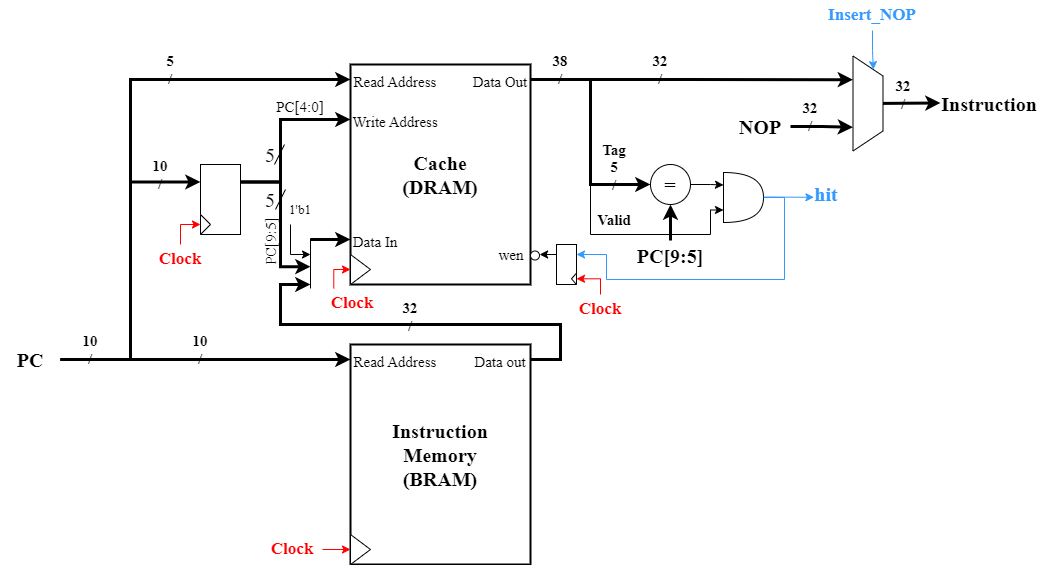
ujjwal-2001/PSD_2024 keeps this draw.io diagram as Assignment_03/Assets/Instruction_Cache.png. Above is the earlier version. Source tidied: cells renumbered, new cells last; positions are measured from the earlier drawing's top-left corner, leaving out a move shared by most shapes.
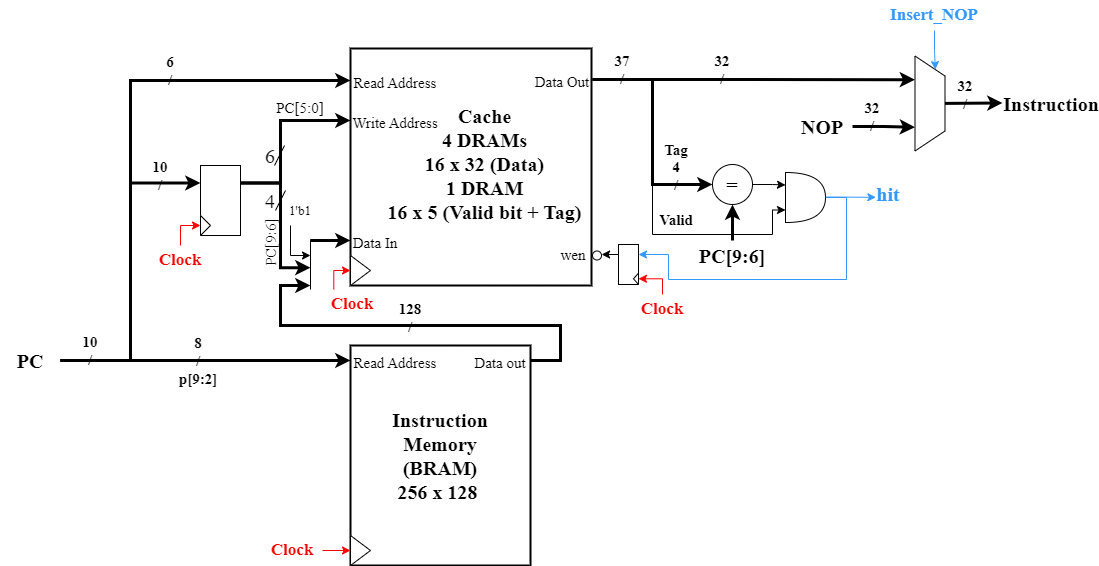
Later version of the same file.

Change to the diagram source:
```diff
@@ -4,7 +4,7 @@
     <mxCell id="1" parent="0" />
-    <mxCell id="2" value="&lt;span&gt;Instruction&lt;/span&gt;&lt;div&gt;&lt;span&gt;Memory&lt;/span&gt;&lt;div&gt;&lt;span&gt;(BRAM)&lt;/span&gt;&lt;/div&gt;&lt;/div&gt;" style="rounded=0;whiteSpace=wrap;html=1;strokeWidth=2;fontSize=20;fontFamily=Times New Roman;fontStyle=1;" parent="1" vertex="1">
+    <mxCell id="2" value="&lt;span&gt;Instruction&lt;/span&gt;&lt;div&gt;&lt;span&gt;Memory&lt;/span&gt;&lt;div&gt;&lt;span&gt;(BRAM)&lt;/span&gt;&lt;/div&gt;&lt;/div&gt;&lt;div&gt;256 x 128&amp;nbsp;&lt;/div&gt;" style="rounded=0;whiteSpace=wrap;html=1;strokeWidth=2;fontSize=20;fontFamily=Times New Roman;fontStyle=1;" parent="1" vertex="1">
       <mxGeometry x="350" y="344" width="180" height="220" as="geometry" />
     </mxCell>
-    <mxCell id="3" value="&lt;div&gt;Cache&lt;br&gt;&lt;div&gt;&lt;span&gt;(DRAM)&lt;/span&gt;&lt;/div&gt;&lt;/div&gt;" style="rounded=0;whiteSpace=wrap;html=1;strokeWidth=2;fontSize=20;fontFamily=Times New Roman;fontStyle=1;" parent="1" vertex="1">
-      <mxGeometry x="350" y="64" width="180" height="220" as="geometry" />
+    <mxCell id="3" style="rounded=0;whiteSpace=wrap;html=1;strokeWidth=2;fontSize=20;fontFamily=Times New Roman;fontStyle=1;" parent="1" vertex="1">
+      <mxGeometry x="350" y="47" width="241" height="237" as="geometry" />
     </mxCell>
@@ -78,6 +78,6 @@
     <mxCell id="20" value="&lt;span style=&quot;font-size: 15px; font-weight: 400;&quot;&gt;wen&lt;/span&gt;" style="text;html=1;align=center;verticalAlign=middle;whiteSpace=wrap;rounded=0;fontFamily=Times New Roman;fontSize=20;fontColor=default;fontStyle=1;" parent="1" vertex="1">
-      <mxGeometry x="496" y="237" width="30" height="30" as="geometry" />
+      <mxGeometry x="558" y="236" width="30" height="30" as="geometry" />
     </mxCell>
     <mxCell id="21" value="=" style="ellipse;whiteSpace=wrap;html=1;rounded=0;strokeColor=default;strokeWidth=1;align=center;verticalAlign=middle;fontFamily=Times New Roman;fontSize=20;fontColor=default;fontStyle=1;fillColor=default;" parent="1" vertex="1">
-      <mxGeometry x="650" y="164" width="40" height="40" as="geometry" />
+      <mxGeometry x="712" y="163" width="40" height="40" as="geometry" />
     </mxCell>
@@ -86,6 +86,6 @@
         <Array as="points">
-          <mxPoint x="784" y="197" />
-          <mxPoint x="784" y="279" />
-          <mxPoint x="606" y="279" />
-          <mxPoint x="606" y="254" />
+          <mxPoint x="846" y="196" />
+          <mxPoint x="846" y="278" />
+          <mxPoint x="668" y="278" />
+          <mxPoint x="668" y="253" />
         </Array>
@@ -94,3 +94,3 @@
     <mxCell id="23" style="shape=or;whiteSpace=wrap;html=1;rounded=0;strokeColor=default;strokeWidth=1;align=center;verticalAlign=middle;fontFamily=Times New Roman;fontSize=20;fontColor=default;fontStyle=1;fillColor=default;" parent="1" vertex="1">
-      <mxGeometry x="723" y="172" width="40" height="50" as="geometry" />
+      <mxGeometry x="785" y="171" width="40" height="50" as="geometry" />
     </mxCell>
@@ -103,3 +103,3 @@
     <mxCell id="26" value="&lt;span style=&quot;font-weight: normal;&quot;&gt;&lt;font style=&quot;font-size: 15px;&quot;&gt;Data Out&lt;/font&gt;&lt;/span&gt;" style="text;html=1;align=center;verticalAlign=middle;whiteSpace=wrap;rounded=0;fontFamily=Times New Roman;fontSize=20;fontColor=default;fontStyle=1;" parent="1" vertex="1">
-      <mxGeometry x="470" y="64" width="60" height="30" as="geometry" />
+      <mxGeometry x="532" y="63" width="60" height="30" as="geometry" />
     </mxCell>
@@ -108,6 +108,6 @@
         <Array as="points">
-          <mxPoint x="590" y="79" />
-          <mxPoint x="590" y="234" />
-          <mxPoint x="710" y="234" />
-          <mxPoint x="710" y="210" />
+          <mxPoint x="652" y="78" />
+          <mxPoint x="652" y="233" />
+          <mxPoint x="772" y="233" />
+          <mxPoint x="772" y="209" />
         </Array>
@@ -121,4 +121,4 @@
     </mxCell>
-    <mxCell id="30" value="PC[9:5]" style="text;html=1;align=center;verticalAlign=middle;whiteSpace=wrap;rounded=0;fontFamily=Times New Roman;fontSize=20;fontColor=default;fontStyle=1;strokeWidth=1;" parent="1" vertex="1">
-      <mxGeometry x="640" y="240" width="60" height="30" as="geometry" />
+    <mxCell id="30" value="PC[9:6]" style="text;html=1;align=center;verticalAlign=middle;whiteSpace=wrap;rounded=0;fontFamily=Times New Roman;fontSize=20;fontColor=default;fontStyle=1;strokeWidth=1;" parent="1" vertex="1">
+      <mxGeometry x="702" y="239" width="60" height="30" as="geometry" />
     </mxCell>
@@ -126,3 +126,3 @@
       <mxGeometry relative="1" as="geometry">
-        <mxPoint x="940" y="102.5" as="targetPoint" />
+        <mxPoint x="1002" y="101.5" as="targetPoint" />
       </mxGeometry>
@@ -130,3 +130,3 @@
     <mxCell id="32" style="shape=trapezoid;perimeter=trapezoidPerimeter;whiteSpace=wrap;html=1;fixedSize=1;rounded=0;strokeColor=default;strokeWidth=1;align=center;verticalAlign=middle;fontFamily=Times New Roman;fontSize=20;fontColor=default;fontStyle=1;fillColor=default;rotation=90;" parent="1" vertex="1">
-      <mxGeometry x="820" y="88" width="95" height="30" as="geometry" />
+      <mxGeometry x="882" y="87" width="95" height="30" as="geometry" />
     </mxCell>
@@ -136,3 +136,3 @@
     <mxCell id="34" value="NOP" style="text;html=1;align=center;verticalAlign=middle;whiteSpace=wrap;rounded=0;fontFamily=Times New Roman;fontSize=20;fontColor=default;fontStyle=1;strokeWidth=1;" parent="1" vertex="1">
-      <mxGeometry x="730" y="111" width="60" height="30" as="geometry" />
+      <mxGeometry x="792" y="110" width="60" height="30" as="geometry" />
     </mxCell>
@@ -140,3 +140,3 @@
       <mxGeometry relative="1" as="geometry">
-        <mxPoint x="763" y="196.5" as="sourcePoint" />
+        <mxPoint x="825" y="195.5" as="sourcePoint" />
       </mxGeometry>
@@ -176,6 +176,6 @@
     </mxCell>
-    <mxCell id="42" value="&lt;font style=&quot;font-size: 15px;&quot;&gt;10&lt;br style=&quot;font-size: 15px;&quot;&gt;&lt;/font&gt;&lt;div style=&quot;font-size: 15px;&quot;&gt;&lt;font style=&quot;font-size: 15px;&quot;&gt;/&lt;/font&gt;&lt;/div&gt;" style="text;html=1;align=center;verticalAlign=middle;whiteSpace=wrap;rounded=0;fontFamily=Times New Roman;fontSize=15;fontColor=default;fontStyle=1;" parent="1" vertex="1">
-      <mxGeometry x="170" y="334" width="60" height="30" as="geometry" />
+    <mxCell id="42" value="&lt;font style=&quot;font-size: 15px;&quot;&gt;8&lt;br style=&quot;font-size: 15px;&quot;&gt;&lt;/font&gt;&lt;div style=&quot;font-size: 15px;&quot;&gt;&lt;font style=&quot;font-size: 15px;&quot;&gt;/&lt;/font&gt;&lt;/div&gt;&lt;div style=&quot;font-size: 15px;&quot;&gt;&lt;font style=&quot;font-size: 15px;&quot;&gt;p[9:2]&lt;/font&gt;&lt;/div&gt;" style="text;html=1;align=center;verticalAlign=middle;whiteSpace=wrap;rounded=0;fontFamily=Times New Roman;fontSize=15;fontColor=default;fontStyle=1;" parent="1" vertex="1">
+      <mxGeometry x="168" y="344" width="60" height="30" as="geometry" />
     </mxCell>
-    <mxCell id="43" value="&lt;font style=&quot;font-size: 15px;&quot;&gt;5&lt;br style=&quot;font-size: 15px;&quot;&gt;&lt;/font&gt;&lt;div style=&quot;font-size: 15px;&quot;&gt;&lt;font style=&quot;font-size: 15px;&quot;&gt;/&lt;/font&gt;&lt;/div&gt;" style="text;html=1;align=center;verticalAlign=middle;whiteSpace=wrap;rounded=0;fontFamily=Times New Roman;fontSize=15;fontColor=default;fontStyle=1;" parent="1" vertex="1">
+    <mxCell id="43" value="&lt;font style=&quot;font-size: 15px;&quot;&gt;6&lt;br style=&quot;font-size: 15px;&quot;&gt;&lt;/font&gt;&lt;div style=&quot;font-size: 15px;&quot;&gt;&lt;font style=&quot;font-size: 15px;&quot;&gt;/&lt;/font&gt;&lt;/div&gt;" style="text;html=1;align=center;verticalAlign=middle;whiteSpace=wrap;rounded=0;fontFamily=Times New Roman;fontSize=15;fontColor=default;fontStyle=1;" parent="1" vertex="1">
       <mxGeometry x="140" y="54" width="60" height="30" as="geometry" />
@@ -185,3 +185,3 @@
     </mxCell>
-    <mxCell id="45" value="&lt;span style=&quot;font-size: 20px;&quot;&gt;5&lt;/span&gt;" style="text;html=1;align=center;verticalAlign=middle;whiteSpace=wrap;rounded=0;fontFamily=Times New Roman;fontSize=16;fontColor=default;fontStyle=0;" parent="1" vertex="1">
+    <mxCell id="45" value="&lt;span style=&quot;font-size: 20px;&quot;&gt;6&lt;/span&gt;" style="text;html=1;align=center;verticalAlign=middle;whiteSpace=wrap;rounded=0;fontFamily=Times New Roman;fontSize=16;fontColor=default;fontStyle=0;" parent="1" vertex="1">
       <mxGeometry x="260" y="139" width="20" height="30" as="geometry" />
@@ -200,31 +200,31 @@
     </mxCell>
-    <mxCell id="48" value="&lt;span style=&quot;font-size: 20px;&quot;&gt;5&lt;/span&gt;" style="text;html=1;align=center;verticalAlign=middle;whiteSpace=wrap;rounded=0;fontFamily=Times New Roman;fontSize=16;fontColor=default;fontStyle=0;" parent="1" vertex="1">
+    <mxCell id="48" value="&lt;span style=&quot;font-size: 20px;&quot;&gt;4&lt;/span&gt;" style="text;html=1;align=center;verticalAlign=middle;whiteSpace=wrap;rounded=0;fontFamily=Times New Roman;fontSize=16;fontColor=default;fontStyle=0;" parent="1" vertex="1">
       <mxGeometry x="260" y="184" width="20" height="30" as="geometry" />
     </mxCell>
-    <mxCell id="49" value="&lt;span style=&quot;font-size: 15px;&quot;&gt;PC[4:0]&lt;/span&gt;" style="text;html=1;align=center;verticalAlign=middle;whiteSpace=wrap;rounded=0;fontFamily=Times New Roman;fontSize=15;fontColor=default;fontStyle=0;" parent="1" vertex="1">
+    <mxCell id="49" value="&lt;span style=&quot;font-size: 15px;&quot;&gt;PC[5:0]&lt;/span&gt;" style="text;html=1;align=center;verticalAlign=middle;whiteSpace=wrap;rounded=0;fontFamily=Times New Roman;fontSize=15;fontColor=default;fontStyle=0;" parent="1" vertex="1">
       <mxGeometry x="290" y="91" width="20" height="30" as="geometry" />
     </mxCell>
-    <mxCell id="50" value="&lt;span style=&quot;font-size: 15px;&quot;&gt;PC[9:5]&lt;/span&gt;" style="text;html=1;align=center;verticalAlign=middle;whiteSpace=wrap;rounded=0;fontFamily=Times New Roman;fontSize=15;fontColor=default;fontStyle=0;rotation=-90;" parent="1" vertex="1">
+    <mxCell id="50" value="&lt;span style=&quot;font-size: 15px;&quot;&gt;PC[9:6]&lt;/span&gt;" style="text;html=1;align=center;verticalAlign=middle;whiteSpace=wrap;rounded=0;fontFamily=Times New Roman;fontSize=15;fontColor=default;fontStyle=0;rotation=-90;" parent="1" vertex="1">
       <mxGeometry x="260" y="226" width="20" height="30" as="geometry" />
     </mxCell>
-    <mxCell id="51" value="&lt;font style=&quot;font-size: 15px;&quot;&gt;32&lt;br style=&quot;font-size: 15px;&quot;&gt;&lt;/font&gt;&lt;div style=&quot;font-size: 15px;&quot;&gt;&lt;font style=&quot;font-size: 15px;&quot;&gt;/&lt;/font&gt;&lt;/div&gt;" style="text;html=1;align=center;verticalAlign=middle;whiteSpace=wrap;rounded=0;fontFamily=Times New Roman;fontSize=15;fontColor=default;fontStyle=1;" parent="1" vertex="1">
+    <mxCell id="51" value="&lt;font style=&quot;font-size: 15px;&quot;&gt;128&lt;br style=&quot;font-size: 15px;&quot;&gt;&lt;/font&gt;&lt;div style=&quot;font-size: 15px;&quot;&gt;&lt;font style=&quot;font-size: 15px;&quot;&gt;/&lt;/font&gt;&lt;/div&gt;" style="text;html=1;align=center;verticalAlign=middle;whiteSpace=wrap;rounded=0;fontFamily=Times New Roman;fontSize=15;fontColor=default;fontStyle=1;" parent="1" vertex="1">
       <mxGeometry x="380" y="301" width="60" height="30" as="geometry" />
     </mxCell>
-    <mxCell id="52" value="&lt;font style=&quot;font-size: 15px;&quot;&gt;38&lt;br style=&quot;font-size: 15px;&quot;&gt;&lt;/font&gt;&lt;div style=&quot;font-size: 15px;&quot;&gt;&lt;font style=&quot;font-size: 15px;&quot;&gt;/&lt;/font&gt;&lt;/div&gt;" style="text;html=1;align=center;verticalAlign=middle;whiteSpace=wrap;rounded=0;fontFamily=Times New Roman;fontSize=15;fontColor=default;fontStyle=1;" parent="1" vertex="1">
-      <mxGeometry x="530" y="54" width="60" height="30" as="geometry" />
+    <mxCell id="52" value="&lt;font style=&quot;font-size: 15px;&quot;&gt;37&lt;br style=&quot;font-size: 15px;&quot;&gt;&lt;/font&gt;&lt;div style=&quot;font-size: 15px;&quot;&gt;&lt;font style=&quot;font-size: 15px;&quot;&gt;/&lt;/font&gt;&lt;/div&gt;" style="text;html=1;align=center;verticalAlign=middle;whiteSpace=wrap;rounded=0;fontFamily=Times New Roman;fontSize=15;fontColor=default;fontStyle=1;" parent="1" vertex="1">
+      <mxGeometry x="592" y="53" width="60" height="30" as="geometry" />
     </mxCell>
     <mxCell id="53" value="&lt;font style=&quot;font-size: 15px;&quot;&gt;32&lt;br style=&quot;font-size: 15px;&quot;&gt;&lt;/font&gt;&lt;div style=&quot;font-size: 15px;&quot;&gt;&lt;font style=&quot;font-size: 15px;&quot;&gt;/&lt;/font&gt;&lt;/div&gt;" style="text;html=1;align=center;verticalAlign=middle;whiteSpace=wrap;rounded=0;fontFamily=Times New Roman;fontSize=15;fontColor=default;fontStyle=1;" parent="1" vertex="1">
-      <mxGeometry x="630" y="54" width="60" height="30" as="geometry" />
+      <mxGeometry x="692" y="53" width="60" height="30" as="geometry" />
     </mxCell>
-    <mxCell id="54" value="&lt;font style=&quot;font-size: 15px;&quot;&gt;5&lt;br style=&quot;font-size: 15px;&quot;&gt;&lt;/font&gt;&lt;div style=&quot;font-size: 15px;&quot;&gt;&lt;font style=&quot;font-size: 15px;&quot;&gt;/&lt;/font&gt;&lt;/div&gt;" style="text;html=1;align=center;verticalAlign=middle;whiteSpace=wrap;rounded=0;fontFamily=Times New Roman;fontSize=15;fontColor=default;fontStyle=1;" parent="1" vertex="1">
-      <mxGeometry x="584" y="160" width="60" height="30" as="geometry" />
+    <mxCell id="54" value="&lt;font style=&quot;font-size: 15px;&quot;&gt;4&lt;br style=&quot;font-size: 15px;&quot;&gt;&lt;/font&gt;&lt;div style=&quot;font-size: 15px;&quot;&gt;&lt;font style=&quot;font-size: 15px;&quot;&gt;/&lt;/font&gt;&lt;/div&gt;" style="text;html=1;align=center;verticalAlign=middle;whiteSpace=wrap;rounded=0;fontFamily=Times New Roman;fontSize=15;fontColor=default;fontStyle=1;" parent="1" vertex="1">
+      <mxGeometry x="646" y="159" width="60" height="30" as="geometry" />
     </mxCell>
     <mxCell id="55" value="Tag" style="text;html=1;align=center;verticalAlign=middle;whiteSpace=wrap;rounded=0;fontFamily=Times New Roman;fontSize=15;fontColor=default;fontStyle=1;" parent="1" vertex="1">
-      <mxGeometry x="584" y="134" width="60" height="30" as="geometry" />
+      <mxGeometry x="646" y="133" width="60" height="30" as="geometry" />
     </mxCell>
     <mxCell id="56" value="Valid" style="text;html=1;align=center;verticalAlign=middle;whiteSpace=wrap;rounded=0;fontFamily=Times New Roman;fontSize=15;fontColor=default;fontStyle=1;" parent="1" vertex="1">
-      <mxGeometry x="584" y="204" width="60" height="30" as="geometry" />
+      <mxGeometry x="646" y="203" width="60" height="30" as="geometry" />
     </mxCell>
     <mxCell id="57" value="hit" style="text;html=1;align=center;verticalAlign=middle;whiteSpace=wrap;rounded=0;fontFamily=Times New Roman;fontSize=20;fontColor=#3399FF;fontStyle=1;strokeColor=none;" parent="1" vertex="1">
-      <mxGeometry x="812" y="178" width="28" height="30" as="geometry" />
+      <mxGeometry x="874" y="177" width="28" height="30" as="geometry" />
     </mxCell>
@@ -234,6 +234,6 @@
     <mxCell id="59" value="Insert_NOP" style="text;html=1;align=center;verticalAlign=middle;whiteSpace=wrap;rounded=0;fontFamily=Times New Roman;fontSize=17;fontColor=#3399FF;fontStyle=1;strokeColor=none;" parent="1" vertex="1">
-      <mxGeometry x="842" width="60" height="30" as="geometry" />
+      <mxGeometry x="904" y="-1" width="60" height="30" as="geometry" />
     </mxCell>
     <mxCell id="60" style="group;" parent="1" vertex="1">
-      <mxGeometry x="556" y="244" width="20" height="40" as="geometry" />
+      <mxGeometry x="618" y="243" width="20" height="40" as="geometry" />
     </mxCell>
@@ -251,12 +251,12 @@
     <mxCell id="64" style="ellipse;whiteSpace=wrap;html=1;rounded=0;strokeColor=default;strokeWidth=1;align=center;verticalAlign=middle;fontFamily=Times New Roman;fontSize=20;fontColor=default;fontStyle=1;fillColor=default;" parent="1" vertex="1">
-      <mxGeometry x="530" y="250.5" width="9" height="9" as="geometry" />
+      <mxGeometry x="592" y="249.5" width="9" height="9" as="geometry" />
     </mxCell>
     <mxCell id="65" value="Instruction" style="text;html=1;align=center;verticalAlign=middle;whiteSpace=wrap;rounded=0;fontFamily=Times New Roman;fontSize=20;fontColor=default;fontStyle=1;" parent="1" vertex="1">
-      <mxGeometry x="941" y="88" width="96" height="30" as="geometry" />
+      <mxGeometry x="1003" y="87" width="96" height="30" as="geometry" />
     </mxCell>
     <mxCell id="66" value="&lt;font style=&quot;font-size: 15px;&quot;&gt;32&lt;br style=&quot;font-size: 15px;&quot;&gt;&lt;/font&gt;&lt;div style=&quot;font-size: 15px;&quot;&gt;&lt;font style=&quot;font-size: 15px;&quot;&gt;/&lt;/font&gt;&lt;/div&gt;" style="text;html=1;align=center;verticalAlign=middle;whiteSpace=wrap;rounded=0;fontFamily=Times New Roman;fontSize=15;fontColor=default;fontStyle=1;" parent="1" vertex="1">
-      <mxGeometry x="780" y="101" width="60" height="30" as="geometry" />
+      <mxGeometry x="842" y="100" width="60" height="30" as="geometry" />
     </mxCell>
     <mxCell id="67" value="&lt;font style=&quot;font-size: 15px;&quot;&gt;32&lt;br style=&quot;font-size: 15px;&quot;&gt;&lt;/font&gt;&lt;div style=&quot;font-size: 15px;&quot;&gt;&lt;font style=&quot;font-size: 15px;&quot;&gt;/&lt;/font&gt;&lt;/div&gt;" style="text;html=1;align=center;verticalAlign=middle;whiteSpace=wrap;rounded=0;fontFamily=Times New Roman;fontSize=15;fontColor=default;fontStyle=1;" parent="1" vertex="1">
-      <mxGeometry x="873" y="79" width="60" height="30" as="geometry" />
+      <mxGeometry x="935" y="78" width="60" height="30" as="geometry" />
     </mxCell>
@@ -281,3 +281,3 @@
     <mxCell id="74" value="&lt;font color=&quot;#ff0000&quot;&gt;Clock&lt;/font&gt;" style="text;html=1;align=center;verticalAlign=middle;whiteSpace=wrap;rounded=0;fontFamily=Times New Roman;fontSize=17;fontColor=default;fontStyle=1;" parent="1" vertex="1">
-      <mxGeometry x="570" y="294" width="60" height="30" as="geometry" />
+      <mxGeometry x="632" y="293" width="60" height="30" as="geometry" />
     </mxCell>
@@ -286,2 +286,5 @@
     </mxCell>
+    <mxCell id="76" value="&lt;div style=&quot;font-family: &amp;quot;Times New Roman&amp;quot;; font-size: 20px; font-weight: 700;&quot;&gt;Cache&lt;/div&gt;&lt;div style=&quot;font-family: &amp;quot;Times New Roman&amp;quot;; font-size: 20px; font-weight: 700;&quot;&gt;4 DRAMs&lt;/div&gt;&lt;div style=&quot;font-family: &amp;quot;Times New Roman&amp;quot;; font-size: 20px; font-weight: 700;&quot;&gt;16 x 32 (Data)&lt;/div&gt;&lt;div style=&quot;font-family: &amp;quot;Times New Roman&amp;quot;; font-size: 20px; font-weight: 700;&quot;&gt;1 DRAM&lt;/div&gt;&lt;div style=&quot;font-family: &amp;quot;Times New Roman&amp;quot;; font-size: 20px; font-weight: 700;&quot;&gt;16 x 5 (Valid bit + Tag)&lt;/div&gt;" style="text;html=1;align=center;verticalAlign=middle;whiteSpace=wrap;rounded=0;" parent="1" vertex="1">
+      <mxGeometry x="370" y="147" width="229" height="30" as="geometry" />
+    </mxCell>
   </root>
```
